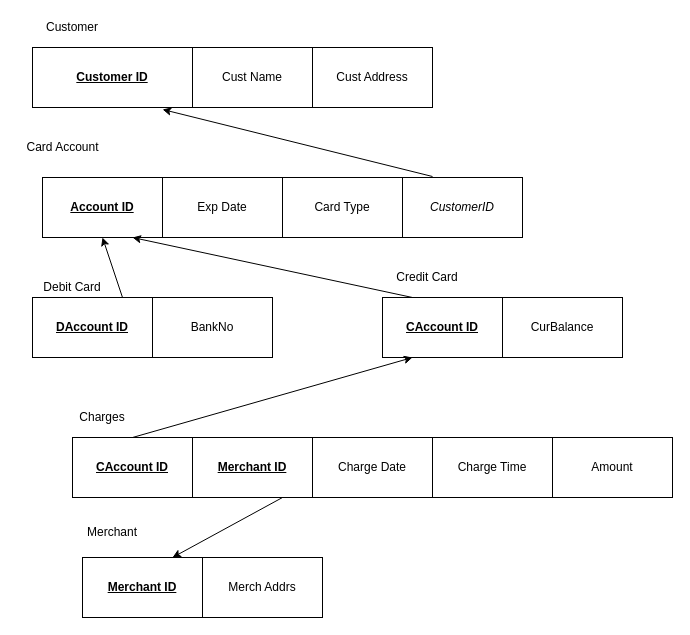
This is Question1.drawio from carlota-castro/DataManagement, a draw.io file, before an edit. Source tidied: cells renumbered, new cells numbered last; positions are measured from the earlier drawing's top-left corner, leaving out a move shared by most shapes. Both pictures are drawn from the tidied source at 100%, with x=0, y=0 at pixel (17, 17).
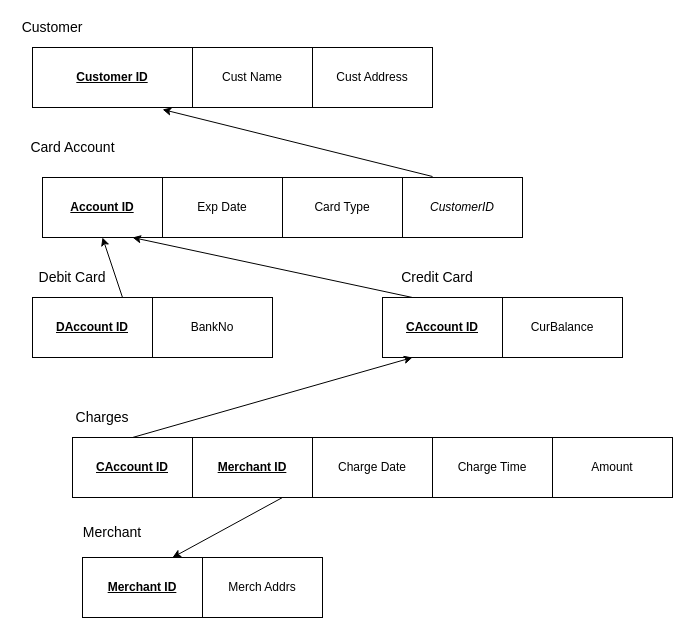
Above is the later version.

What changed in the source:
```diff
@@
-    <mxCell id="5" value="Customer" style="text;html=1;strokeColor=none;fillColor=none;align=center;verticalAlign=middle;whiteSpace=wrap;rounded=0;" parent="1" vertex="1">
-      <mxGeometry x="35" width="40" height="20" as="geometry" />
+    <mxCell id="5" value="&lt;font style=&quot;font-size: 14px&quot;&gt;Customer&lt;/font&gt;" style="text;html=1;strokeColor=none;fillColor=none;align=center;verticalAlign=middle;whiteSpace=wrap;rounded=0;" parent="1" vertex="1">
+      <mxGeometry x="15" width="40" height="20" as="geometry" />
     </mxCell>
@@
-    <mxCell id="11" value="Card Account" style="text;html=1;align=center;verticalAlign=middle;" parent="1" vertex="1">
-      <mxGeometry y="120" width="90" height="20" as="geometry" />
+    <mxCell id="11" value="&lt;font style=&quot;font-size: 14px&quot;&gt;Card Account&lt;/font&gt;" style="text;html=1;align=center;verticalAlign=middle;" parent="1" vertex="1">
+      <mxGeometry x="5" y="120" width="100" height="20" as="geometry" />
     </mxCell>
-    <mxCell id="12" value="Debit Card" style="text;html=1;strokeColor=none;fillColor=none;align=center;verticalAlign=middle;whiteSpace=wrap;rounded=0;" parent="1" vertex="1">
-      <mxGeometry x="5" y="260" width="100" height="20" as="geometry" />
+    <mxCell id="12" value="&lt;font style=&quot;font-size: 14px&quot;&gt;Debit Card&lt;/font&gt;" style="text;html=1;strokeColor=none;fillColor=none;align=center;verticalAlign=middle;whiteSpace=wrap;rounded=0;" parent="1" vertex="1">
+      <mxGeometry x="5" y="250" width="100" height="20" as="geometry" />
     </mxCell>
@@
-    <mxCell id="18" value="Credit Card" style="text;html=1;strokeColor=none;fillColor=none;align=center;verticalAlign=middle;whiteSpace=wrap;rounded=0;" parent="1" vertex="1">
-      <mxGeometry x="375" y="250" width="70" height="20" as="geometry" />
+    <mxCell id="18" value="&lt;font style=&quot;font-size: 14px&quot;&gt;Credit Card&lt;/font&gt;" style="text;html=1;strokeColor=none;fillColor=none;align=center;verticalAlign=middle;whiteSpace=wrap;rounded=0;" parent="1" vertex="1">
+      <mxGeometry x="375" y="250" width="90" height="20" as="geometry" />
     </mxCell>
@@
-    <mxCell id="27" value="Merchant" style="text;html=1;strokeColor=none;fillColor=none;align=center;verticalAlign=middle;whiteSpace=wrap;rounded=0;" parent="1" vertex="1">
+    <mxCell id="27" value="&lt;font style=&quot;font-size: 14px&quot;&gt;Merchant&lt;/font&gt;" style="text;html=1;strokeColor=none;fillColor=none;align=center;verticalAlign=middle;whiteSpace=wrap;rounded=0;" parent="1" vertex="1">
       <mxGeometry x="75" y="505" width="40" height="20" as="geometry" />
     </mxCell>
@@
-    <mxCell id="30" value="Charges" style="text;html=1;strokeColor=none;fillColor=none;align=center;verticalAlign=middle;whiteSpace=wrap;rounded=0;" parent="1" vertex="1">
+    <mxCell id="30" value="&lt;font style=&quot;font-size: 14px&quot;&gt;Charges&lt;/font&gt;" style="text;html=1;strokeColor=none;fillColor=none;align=center;verticalAlign=middle;whiteSpace=wrap;rounded=0;" parent="1" vertex="1">
       <mxGeometry x="65" y="390" width="40" height="20" as="geometry" />
     </mxCell>
```
